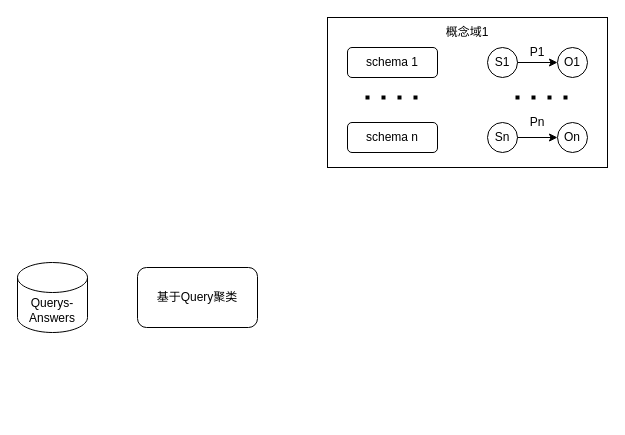
This is 知识拆条框架.drawio from ZhangHammer/ZhangHammer, a draw.io file, before an edit. Source tidied: cells renumbered, new cells numbered last; positions are measured from the earlier drawing's top-left corner, leaving out a move shared by most shapes. Both pictures are drawn from the tidied source at 100%, with x=0, y=0 at pixel (17, 17).
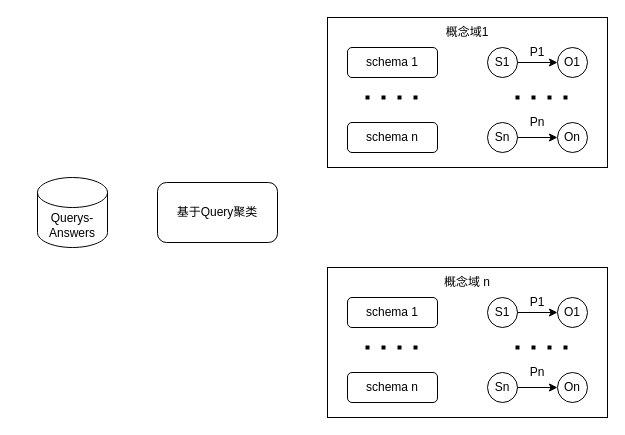
Above is the later version.

Commit message (it also covers changes not shown here):
知识拆条框架.drawio

Change to the diagram source:
```diff
@@
     <mxCell id="2" value="Querys-Answers" style="shape=cylinder3;whiteSpace=wrap;html=1;boundedLbl=1;backgroundOutline=1;size=15;" parent="1" vertex="1">
-      <mxGeometry y="245" width="70" height="70" as="geometry" />
+      <mxGeometry x="20" y="160" width="70" height="70" as="geometry" />
     </mxCell>
     <mxCell id="3" value="基于Query聚类" style="rounded=1;whiteSpace=wrap;html=1;" parent="1" vertex="1">
-      <mxGeometry x="120" y="250" width="120" height="60" as="geometry" />
+      <mxGeometry x="140" y="165" width="120" height="60" as="geometry" />
     </mxCell>
@@
+    <mxCell id="19" style="rounded=0;whiteSpace=wrap;html=1;" parent="1" vertex="1">
+      <mxGeometry x="310" y="250" width="280" height="150" as="geometry" />
+    </mxCell>
+    <mxCell id="20" value="schema 1" style="rounded=1;whiteSpace=wrap;html=1;" parent="1" vertex="1">
+      <mxGeometry x="330" y="280" width="90" height="30" as="geometry" />
+    </mxCell>
+    <mxCell id="21" value="schema n" style="rounded=1;whiteSpace=wrap;html=1;" parent="1" vertex="1">
+      <mxGeometry x="330" y="355" width="90" height="30" as="geometry" />
+    </mxCell>
+    <mxCell id="22" style="endArrow=none;dashed=1;html=1;dashPattern=1 3;strokeWidth=4;rounded=0;" parent="1" edge="1">
+      <mxGeometry relative="1" as="geometry">
+        <mxPoint x="400" y="330" as="sourcePoint" />
+        <mxPoint x="340" y="330" as="targetPoint" />
+      </mxGeometry>
+    </mxCell>
+    <mxCell id="23" style="group;" parent="1" vertex="1">
+      <mxGeometry x="470" y="270" width="100" height="40" as="geometry" />
+    </mxCell>
+    <mxCell id="24" value="S1" style="ellipse;whiteSpace=wrap;html=1;" parent="23" vertex="1">
+      <mxGeometry y="10" width="30" height="30" as="geometry" />
+    </mxCell>
+    <mxCell id="25" value="O1" style="ellipse;whiteSpace=wrap;html=1;" parent="23" vertex="1">
+      <mxGeometry x="70" y="10" width="30" height="30" as="geometry" />
+    </mxCell>
+    <mxCell id="26" style="edgeStyle=orthogonalEdgeStyle;rounded=0;jettySize=auto;html=1;" parent="23" edge="1" source="24" target="25">
+      <mxGeometry relative="1" as="geometry" />
+    </mxCell>
+    <mxCell id="27" value="P1" style="text;html=1;strokeColor=none;fillColor=none;align=center;verticalAlign=middle;whiteSpace=wrap;rounded=0;" parent="23" vertex="1">
+      <mxGeometry x="25" width="50" height="30" as="geometry" />
+    </mxCell>
+    <mxCell id="28" value="Sn" style="ellipse;whiteSpace=wrap;html=1;" parent="1" vertex="1">
+      <mxGeometry x="470" y="355" width="30" height="30" as="geometry" />
+    </mxCell>
+    <mxCell id="29" value="On" style="ellipse;whiteSpace=wrap;html=1;" parent="1" vertex="1">
+      <mxGeometry x="540" y="355" width="30" height="30" as="geometry" />
+    </mxCell>
+    <mxCell id="30" style="edgeStyle=orthogonalEdgeStyle;rounded=0;jettySize=auto;html=1;" parent="1" edge="1" source="28" target="29">
+      <mxGeometry relative="1" as="geometry" />
+    </mxCell>
+    <mxCell id="31" value="Pn" style="text;html=1;strokeColor=none;fillColor=none;align=center;verticalAlign=middle;whiteSpace=wrap;rounded=0;" parent="1" vertex="1">
+      <mxGeometry x="490" y="340" width="60" height="30" as="geometry" />
+    </mxCell>
+    <mxCell id="32" style="endArrow=none;dashed=1;html=1;dashPattern=1 3;strokeWidth=4;rounded=0;" parent="1" edge="1">
+      <mxGeometry relative="1" as="geometry">
+        <mxPoint x="550" y="330" as="sourcePoint" />
+        <mxPoint x="490" y="330" as="targetPoint" />
+      </mxGeometry>
+    </mxCell>
+    <mxCell id="33" value="概念域 n" style="text;html=1;strokeColor=none;fillColor=none;align=center;verticalAlign=middle;whiteSpace=wrap;rounded=0;" parent="1" vertex="1">
+      <mxGeometry x="420" y="250" width="60" height="30" as="geometry" />
+    </mxCell>
```
